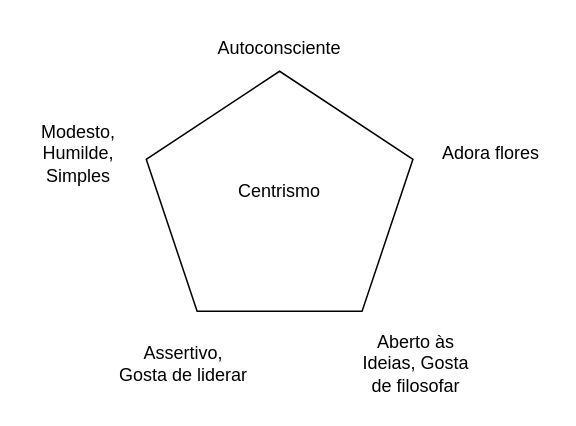
Before: drawio/personality traits/files/five_traits_flourist.drawio in Anth0nyPereira/onegai, a draw.io diagram. Source tidied: cells renumbered, new cells numbered last; positions are measured from the earlier drawing's top-left corner, leaving out a move shared by most shapes. Both pictures are drawn from the tidied source at 150%, with x=0, y=0 at pixel (26, 26).
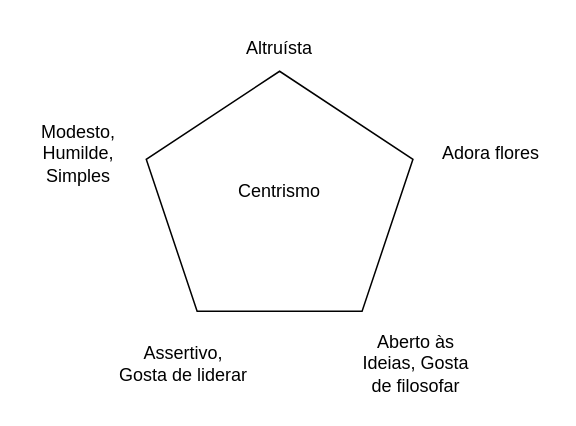
The same page after the edit.

The edit, as a diff of the source:
```diff
@@
 <mxGraphModel>
   <root>
     <mxCell id="0" />
     <mxCell id="1" parent="0" />
     <mxCell id="2" value="Centrismo" style="whiteSpace=wrap;html=1;shape=mxgraph.basic.pentagon;" parent="1" vertex="1">
       <mxGeometry x="80" y="30" width="177.8" height="160" as="geometry" />
     </mxCell>
-    <mxCell id="3" value="Autoconsciente" style="text;html=1;strokeColor=none;fillColor=none;align=center;verticalAlign=middle;whiteSpace=wrap;rounded=0;" parent="1" vertex="1">
+    <mxCell id="3" value="Altruísta" style="text;html=1;strokeColor=none;fillColor=none;align=center;verticalAlign=middle;whiteSpace=wrap;rounded=0;" parent="1" vertex="1">
       <mxGeometry x="139" width="60" height="30" as="geometry" />
     </mxCell>
     <mxCell id="4" value="Assertivo, Gosta de liderar" style="text;html=1;strokeColor=none;fillColor=none;align=center;verticalAlign=middle;whiteSpace=wrap;rounded=0;" parent="1" vertex="1">
       <mxGeometry x="60" y="200" width="90" height="50" as="geometry" />
     </mxCell>
     <mxCell id="5" value="Aberto às Ideias, Gosta de filosofar" style="text;html=1;strokeColor=none;fillColor=none;align=center;verticalAlign=middle;whiteSpace=wrap;rounded=0;" parent="1" vertex="1">
       <mxGeometry x="220" y="210" width="80" height="30" as="geometry" />
     </mxCell>
     <mxCell id="6" value="Modesto, Humilde,&lt;br&gt;Simples" style="text;html=1;strokeColor=none;fillColor=none;align=center;verticalAlign=middle;whiteSpace=wrap;rounded=0;" parent="1" vertex="1">
       <mxGeometry y="70" width="70" height="30" as="geometry" />
     </mxCell>
     <mxCell id="7" value="Adora flores" style="text;html=1;strokeColor=none;fillColor=none;align=center;verticalAlign=middle;whiteSpace=wrap;rounded=0;" parent="1" vertex="1">
       <mxGeometry x="270" y="70" width="80" height="30" as="geometry" />
     </mxCell>
   </root>
 </mxGraphModel>
```
